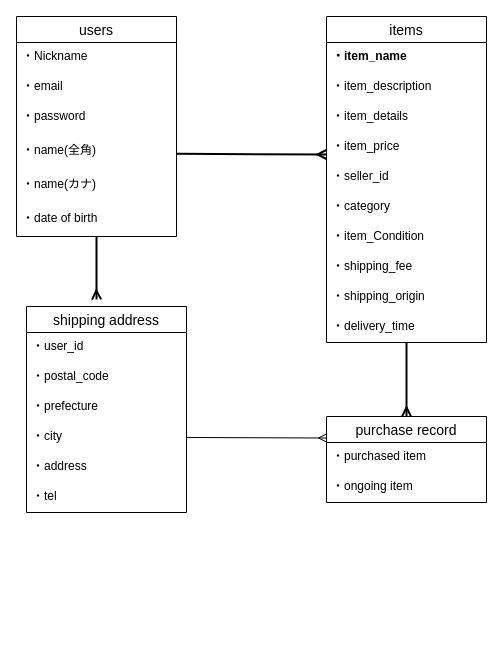
popoak/furima-39566 keeps this draw.io diagram as ER図.dio. Above is the earlier version. Source tidied: cells renumbered, new cells numbered last; positions are measured from the earlier drawing's top-left corner, leaving out a move shared by most shapes. Both pictures are drawn from the tidied source at 100%, with x=0, y=0 at pixel (16, 16).
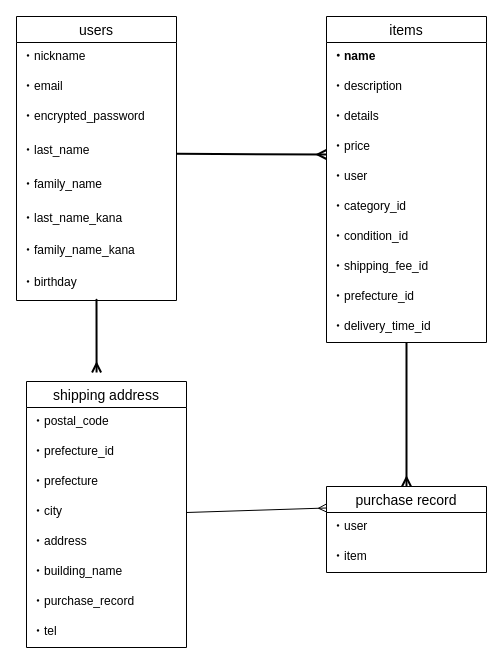
After the change.

Unchanged cells that the change refers to:
```xml
<mxCell id="10" value="items" style="swimlane;fontStyle=0;horizontal=1;startSize=26;align=center;fontSize=14;" parent="1" vertex="1">
  <mxGeometry x="310" width="160" height="326" as="geometry" />
</mxCell>
```

What changed in the source:
```diff
@@
     <mxCell id="2" value="users" style="swimlane;fontStyle=0;horizontal=1;startSize=26;align=center;fontSize=14;" parent="1" vertex="1">
-      <mxGeometry width="160" height="220" as="geometry" />
+      <mxGeometry width="160" height="284" as="geometry" />
     </mxCell>
-    <mxCell id="3" value="・Nickname" style="text;strokeColor=none;fillColor=none;spacingLeft=4;spacingRight=4;overflow=hidden;fontSize=12;" parent="2" vertex="1">
+    <mxCell id="3" value="・nickname" style="text;strokeColor=none;fillColor=none;spacingLeft=4;spacingRight=4;overflow=hidden;fontSize=12;" parent="2" vertex="1">
       <mxGeometry y="26" width="160" height="30" as="geometry" />
     </mxCell>
@@
-    <mxCell id="5" value="・password&#10;" style="text;strokeColor=none;fillColor=none;spacingLeft=4;spacingRight=4;overflow=hidden;fontSize=12;" parent="2" vertex="1">
+    <mxCell id="5" value="・encrypted_password&#10;" style="text;strokeColor=none;fillColor=none;spacingLeft=4;spacingRight=4;overflow=hidden;fontSize=12;" parent="2" vertex="1">
       <mxGeometry y="86" width="160" height="34" as="geometry" />
     </mxCell>
-    <mxCell id="6" value="・name(全角)" style="text;strokeColor=none;fillColor=none;spacingLeft=4;spacingRight=4;overflow=hidden;points=[[0,0.5],[1,0.5]];portConstraint=eastwest;fontSize=12;" parent="2" vertex="1">
+    <mxCell id="6" value="・last_name" style="text;strokeColor=none;fillColor=none;spacingLeft=4;spacingRight=4;overflow=hidden;points=[[0,0.5],[1,0.5]];portConstraint=eastwest;fontSize=12;" parent="2" vertex="1">
       <mxGeometry y="120" width="160" height="34" as="geometry" />
     </mxCell>
-    <mxCell id="7" value="・name(カナ)" style="text;strokeColor=none;fillColor=none;spacingLeft=4;spacingRight=4;overflow=hidden;fontSize=12;" parent="2" vertex="1">
+    <mxCell id="7" value="・family_name" style="text;strokeColor=none;fillColor=none;spacingLeft=4;spacingRight=4;overflow=hidden;fontSize=12;" parent="2" vertex="1">
       <mxGeometry y="154" width="160" height="34" as="geometry" />
     </mxCell>
-    <mxCell id="8" value="・date of birth&#10;" style="text;strokeColor=none;fillColor=none;spacingLeft=4;spacingRight=4;overflow=hidden;points=[[0,0.5],[1,0.5]];portConstraint=eastwest;fontSize=12;" parent="2" vertex="1">
+    <mxCell id="8" value="・last_name_kana&#10;" style="text;strokeColor=none;fillColor=none;spacingLeft=4;spacingRight=4;overflow=hidden;points=[[0,0.5],[1,0.5]];portConstraint=eastwest;fontSize=12;" parent="2" vertex="1">
       <mxGeometry y="188" width="160" height="32" as="geometry" />
     </mxCell>
+    <mxCell id="34" value="・family_name_kana&#10;" style="text;strokeColor=none;fillColor=none;spacingLeft=4;spacingRight=4;overflow=hidden;fontSize=12;" parent="2" vertex="1">
+      <mxGeometry y="220" width="160" height="32" as="geometry" />
+    </mxCell>
+    <mxCell id="35" value="・birthday &#10;" style="text;strokeColor=none;fillColor=none;spacingLeft=4;spacingRight=4;overflow=hidden;fontSize=12;" parent="2" vertex="1">
+      <mxGeometry y="252" width="160" height="32" as="geometry" />
+    </mxCell>
@@
-    <mxCell id="11" value="・item_name" style="text;strokeColor=none;fillColor=none;spacingLeft=4;spacingRight=4;overflow=hidden;fontSize=12;fontStyle=1;" parent="10" vertex="1">
+    <mxCell id="11" value="・name" style="text;strokeColor=none;fillColor=none;spacingLeft=4;spacingRight=4;overflow=hidden;fontSize=12;fontStyle=1;" parent="10" vertex="1">
       <mxGeometry y="26" width="160" height="30" as="geometry" />
     </mxCell>
-    <mxCell id="12" value="・item_description" style="text;strokeColor=none;fillColor=none;spacingLeft=4;spacingRight=4;overflow=hidden;fontSize=12;" parent="10" vertex="1">
+    <mxCell id="12" value="・description" style="text;strokeColor=none;fillColor=none;spacingLeft=4;spacingRight=4;overflow=hidden;fontSize=12;" parent="10" vertex="1">
       <mxGeometry y="56" width="160" height="30" as="geometry" />
     </mxCell>
-    <mxCell id="13" value="・item_details" style="text;strokeColor=none;fillColor=none;spacingLeft=4;spacingRight=4;overflow=hidden;fontSize=12;fontStyle=0;" parent="10" vertex="1">
+    <mxCell id="13" value="・details" style="text;strokeColor=none;fillColor=none;spacingLeft=4;spacingRight=4;overflow=hidden;fontSize=12;fontStyle=0;" parent="10" vertex="1">
       <mxGeometry y="86" width="160" height="30" as="geometry" />
     </mxCell>
-    <mxCell id="14" value="・item_price" style="text;strokeColor=none;fillColor=none;spacingLeft=4;spacingRight=4;overflow=hidden;points=[[0,0.5],[1,0.5]];portConstraint=eastwest;fontSize=12;fontStyle=0;" parent="10" vertex="1">
+    <mxCell id="14" value="・price" style="text;strokeColor=none;fillColor=none;spacingLeft=4;spacingRight=4;overflow=hidden;points=[[0,0.5],[1,0.5]];portConstraint=eastwest;fontSize=12;fontStyle=0;" parent="10" vertex="1">
       <mxGeometry y="116" width="160" height="30" as="geometry" />
     </mxCell>
-    <mxCell id="15" value="・seller_id" style="text;strokeColor=none;fillColor=none;spacingLeft=4;spacingRight=4;overflow=hidden;fontSize=12;fontStyle=0;" parent="10" vertex="1">
-      <mxGeometry y="146" width="160" height="30" as="geometry" />
-    </mxCell>
-    <mxCell id="16" value="・category" style="text;strokeColor=none;fillColor=none;spacingLeft=4;spacingRight=4;overflow=hidden;fontSize=12;fontStyle=0;" parent="10" vertex="1">
-      <mxGeometry y="176" width="160" height="30" as="geometry" />
+    <mxCell id="16" value="・user" style="text;strokeColor=none;fillColor=none;spacingLeft=4;spacingRight=4;overflow=hidden;fontSize=12;fontStyle=0;" parent="10" vertex="1">
+      <mxGeometry y="146" width="160" height="30" as="geometry" />
     </mxCell>
-    <mxCell id="17" value="・item_Condition" style="text;strokeColor=none;fillColor=none;spacingLeft=4;spacingRight=4;overflow=hidden;fontSize=12;fontStyle=0;" parent="10" vertex="1">
-      <mxGeometry y="206" width="160" height="30" as="geometry" />
+    <mxCell id="17" value="・category_id" style="text;strokeColor=none;fillColor=none;spacingLeft=4;spacingRight=4;overflow=hidden;fontSize=12;fontStyle=0;" parent="10" vertex="1">
+      <mxGeometry y="176" width="160" height="30" as="geometry" />
     </mxCell>
-    <mxCell id="18" value="・shipping_fee" style="text;strokeColor=none;fillColor=none;spacingLeft=4;spacingRight=4;overflow=hidden;fontSize=12;fontStyle=0;" parent="10" vertex="1">
-      <mxGeometry y="236" width="160" height="30" as="geometry" />
+    <mxCell id="18" value="・condition_id" style="text;strokeColor=none;fillColor=none;spacingLeft=4;spacingRight=4;overflow=hidden;fontSize=12;fontStyle=0;" parent="10" vertex="1">
+      <mxGeometry y="206" width="160" height="30" as="geometry" />
     </mxCell>
-    <mxCell id="19" value="・shipping_origin" style="text;strokeColor=none;fillColor=none;spacingLeft=4;spacingRight=4;overflow=hidden;fontSize=12;fontStyle=0;" parent="10" vertex="1">
-      <mxGeometry y="266" width="160" height="30" as="geometry" />
+    <mxCell id="19" value="・shipping_fee_id" style="text;strokeColor=none;fillColor=none;spacingLeft=4;spacingRight=4;overflow=hidden;fontSize=12;fontStyle=0;" parent="10" vertex="1">
+      <mxGeometry y="236" width="160" height="30" as="geometry" />
     </mxCell>
-    <mxCell id="20" value="・delivery_time" style="text;strokeColor=none;fillColor=none;spacingLeft=4;spacingRight=4;overflow=hidden;fontSize=12;fontStyle=0;" parent="10" vertex="1">
-      <mxGeometry y="296" width="160" height="30" as="geometry" />
+    <mxCell id="20" value="・prefecture_id" style="text;strokeColor=none;fillColor=none;spacingLeft=4;spacingRight=4;overflow=hidden;fontSize=12;fontStyle=0;" parent="10" vertex="1">
+      <mxGeometry y="266" width="160" height="30" as="geometry" />
     </mxCell>
+    <mxCell id="36" value="・delivery_time_id" style="text;strokeColor=none;fillColor=none;spacingLeft=4;spacingRight=4;overflow=hidden;fontSize=12;fontStyle=0;" parent="10" vertex="1">
+      <mxGeometry y="296" width="160" height="30" as="geometry" />
+    </mxCell>
     <mxCell id="21" value="purchase record" style="swimlane;fontStyle=0;horizontal=1;startSize=26;align=center;fontSize=14;" parent="1" vertex="1">
-      <mxGeometry x="310" y="400" width="160" height="86" as="geometry" />
+      <mxGeometry x="310" y="470" width="160" height="86" as="geometry" />
     </mxCell>
-    <mxCell id="22" value="・purchased item&#10;" style="text;strokeColor=none;fillColor=none;spacingLeft=4;spacingRight=4;overflow=hidden;fontSize=12;" parent="21" vertex="1">
+    <mxCell id="22" value="・user&#10;" style="text;strokeColor=none;fillColor=none;spacingLeft=4;spacingRight=4;overflow=hidden;fontSize=12;" parent="21" vertex="1">
       <mxGeometry y="26" width="160" height="30" as="geometry" />
     </mxCell>
-    <mxCell id="23" value="・ongoing item" style="text;strokeColor=none;fillColor=none;spacingLeft=4;spacingRight=4;overflow=hidden;fontSize=12;" parent="21" vertex="1">
+    <mxCell id="23" value="・item" style="text;strokeColor=none;fillColor=none;spacingLeft=4;spacingRight=4;overflow=hidden;fontSize=12;" parent="21" vertex="1">
       <mxGeometry y="56" width="160" height="30" as="geometry" />
     </mxCell>
     <mxCell id="24" value="shipping address" style="swimlane;fontStyle=0;horizontal=1;startSize=26;align=center;fontSize=14;" parent="1" vertex="1">
-      <mxGeometry x="10" y="290" width="160" height="206" as="geometry" />
+      <mxGeometry x="10" y="365" width="160" height="266" as="geometry" />
     </mxCell>
-    <mxCell id="25" value="・user_id" style="text;strokeColor=none;fillColor=none;spacingLeft=4;spacingRight=4;overflow=hidden;fontSize=12;" parent="24" vertex="1">
+    <mxCell id="25" value="・postal_code" style="text;strokeColor=none;fillColor=none;spacingLeft=4;spacingRight=4;overflow=hidden;fontSize=12;" parent="24" vertex="1">
       <mxGeometry y="26" width="160" height="30" as="geometry" />
     </mxCell>
-    <mxCell id="26" value="・postal_code" style="text;strokeColor=none;fillColor=none;spacingLeft=4;spacingRight=4;overflow=hidden;fontSize=12;" parent="24" vertex="1">
+    <mxCell id="26" value="・prefecture_id" style="text;strokeColor=none;fillColor=none;spacingLeft=4;spacingRight=4;overflow=hidden;fontSize=12;" parent="24" vertex="1">
       <mxGeometry y="56" width="160" height="30" as="geometry" />
     </mxCell>
@@
-    <mxCell id="30" value="・tel" style="text;strokeColor=none;fillColor=none;spacingLeft=4;spacingRight=4;overflow=hidden;fontSize=12;" parent="24" vertex="1">
+    <mxCell id="30" value="・building_name" style="text;strokeColor=none;fillColor=none;spacingLeft=4;spacingRight=4;overflow=hidden;fontSize=12;" parent="24" vertex="1">
       <mxGeometry y="176" width="160" height="30" as="geometry" />
     </mxCell>
+    <mxCell id="37" value="・purchase_record" style="text;strokeColor=none;fillColor=none;spacingLeft=4;spacingRight=4;overflow=hidden;fontSize=12;" parent="24" vertex="1">
+      <mxGeometry y="206" width="160" height="30" as="geometry" />
+    </mxCell>
+    <mxCell id="38" value="・tel" style="text;strokeColor=none;fillColor=none;spacingLeft=4;spacingRight=4;overflow=hidden;fontSize=12;" parent="24" vertex="1">
+      <mxGeometry y="236" width="160" height="30" as="geometry" />
+    </mxCell>
@@
-    <mxCell id="32" style="edgeStyle=none;html=1;entryX=0.438;entryY=-0.034;entryDx=0;entryDy=0;entryPerimeter=0;strokeWidth=2;endArrow=ERmany;endFill=0;" parent="1" edge="1" source="8" target="24">
+    <mxCell id="32" style="edgeStyle=none;html=1;entryX=0.438;entryY=-0.034;entryDx=0;entryDy=0;entryPerimeter=0;strokeWidth=2;endArrow=ERmany;endFill=0;" parent="1" edge="1" target="24">
       <mxGeometry relative="1" as="geometry">
+        <mxPoint x="80" y="290" as="sourcePoint" />
         <Array as="points">
           <mxPoint x="80" y="280" />
         </Array>
       </mxGeometry>
     </mxCell>
```
